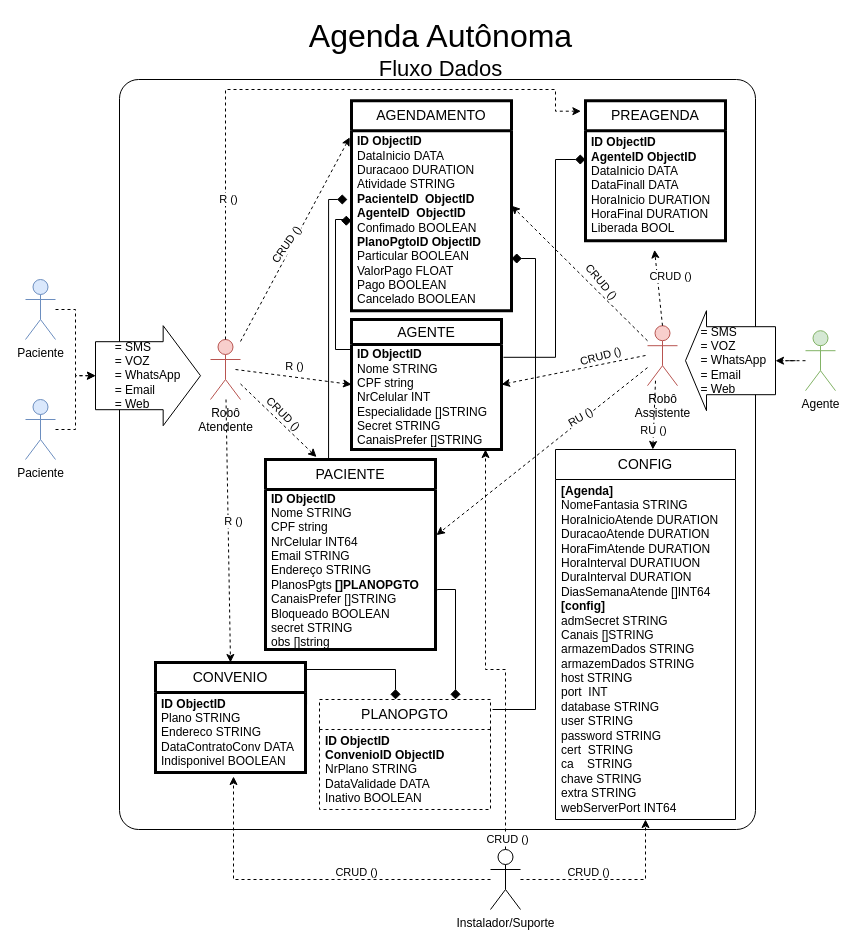
The draw.io diagram page "Página-1" (1 of 2) of Agenda.drawio in gunboe/Agenda, before the edit. Source tidied: cells renumbered, new cells numbered last; positions are measured from the earlier drawing's top-left corner, leaving out a move shared by most shapes. Both pictures are drawn from the tidied source at 100%, with x=0, y=0 at pixel (25, 19).
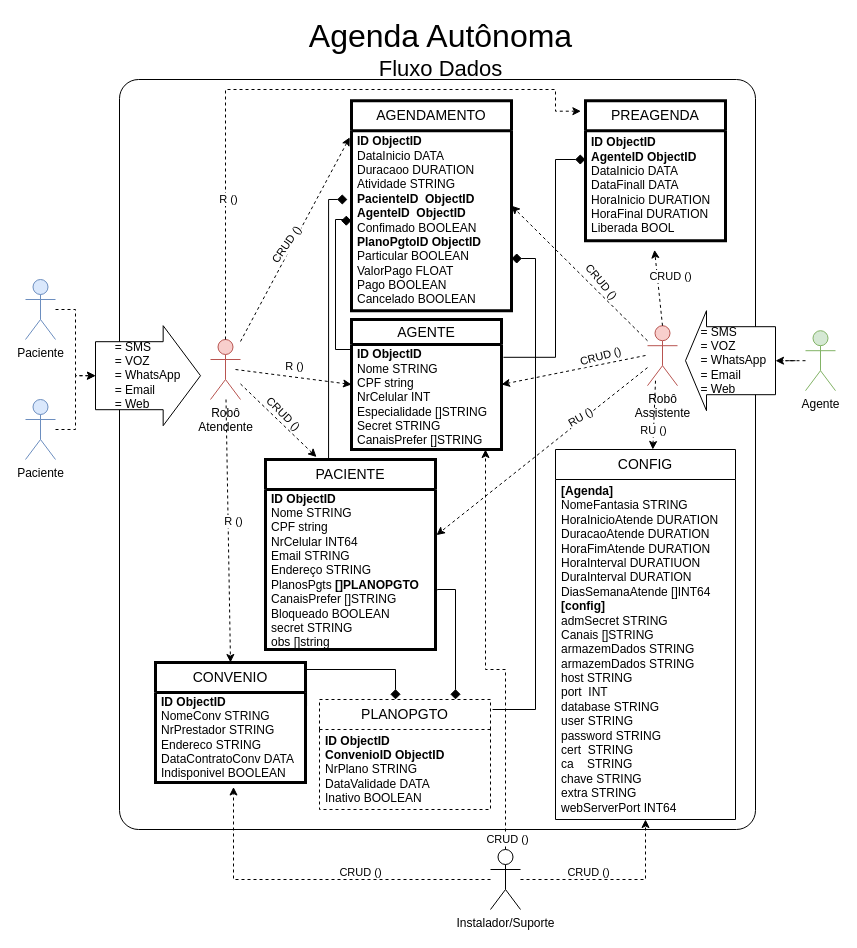
After the change.

Commit message:
Adição NrPrestador em Convenio

Change to the diagram source:
```diff
@@
     <mxCell id="53" value="&lt;font style=&quot;font-size: 14px;&quot;&gt;CONVENIO&lt;/font&gt;" style="swimlane;fontStyle=0;horizontal=1;startSize=30;whiteSpace=wrap;html=1;strokeWidth=3;" parent="1" vertex="1">
-      <mxGeometry x="130" y="643" width="150" height="110" as="geometry" />
+      <mxGeometry x="130" y="643" width="150" height="120" as="geometry" />
     </mxCell>
-    <mxCell id="54" value="&lt;b&gt;ID ObjectID&lt;br&gt;&lt;/b&gt;Plano STRING&lt;br&gt;Endereco STRING&lt;br&gt;DataContratoConv DATA&lt;br&gt;Indisponivel BOOLEAN" style="text;strokeColor=none;fillColor=none;align=left;verticalAlign=middle;spacingLeft=4;spacingRight=4;overflow=hidden;points=[[0,0.5],[1,0.5]];portConstraint=eastwest;whiteSpace=wrap;html=1;" parent="53" vertex="1">
-      <mxGeometry y="30" width="150" height="80" as="geometry" />
+    <mxCell id="54" value="&lt;b&gt;ID ObjectID&lt;br&gt;&lt;/b&gt;NomeConv STRING&lt;br&gt;NrPrestador STRING&lt;br&gt;Endereco STRING&lt;br&gt;DataContratoConv DATA&lt;br&gt;Indisponivel BOOLEAN" style="text;strokeColor=none;fillColor=none;align=left;verticalAlign=middle;spacingLeft=4;spacingRight=4;overflow=hidden;points=[[0,0.5],[1,0.5]];portConstraint=eastwest;whiteSpace=wrap;html=1;" parent="53" vertex="1">
+      <mxGeometry y="30" width="150" height="90" as="geometry" />
     </mxCell>
```
